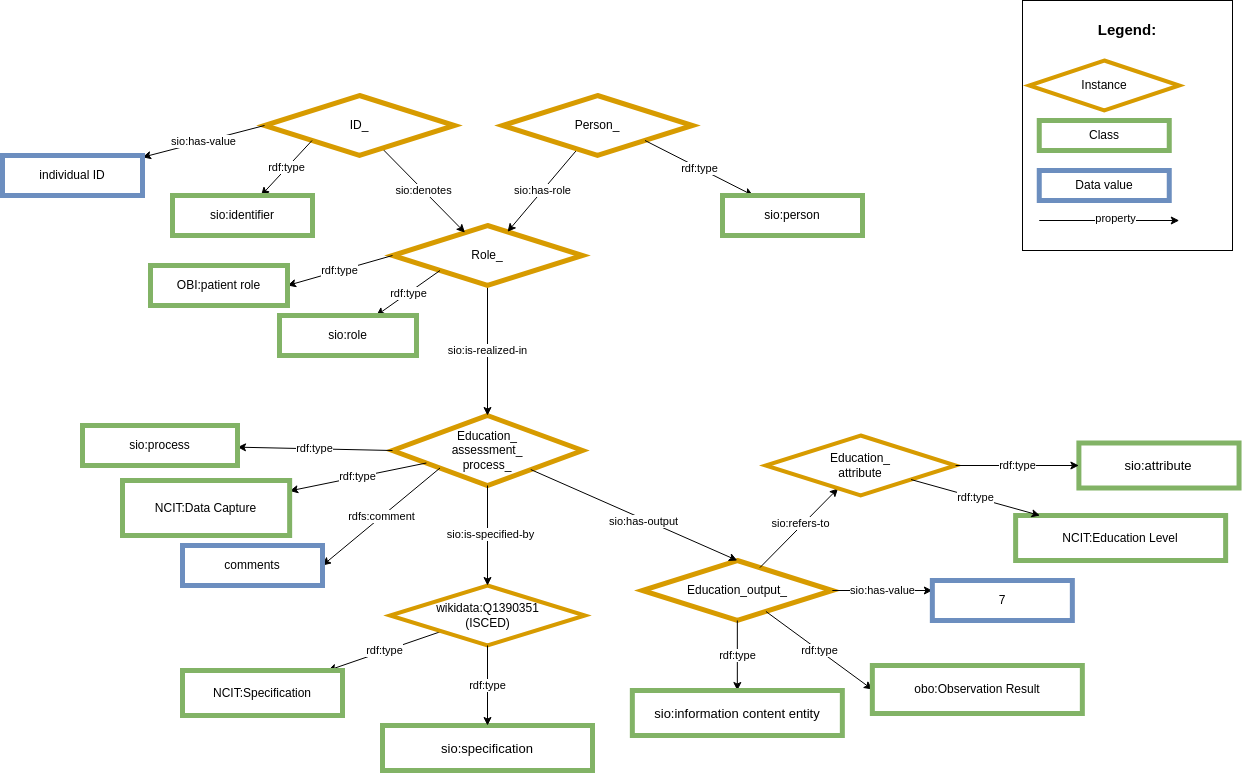
The draw.io diagram images/CARE-SM-Education.png in CARE-SM/CARE-Semantic-Model, before a commit. Source tidied: cells renumbered, new cells last; positions are measured from the earlier drawing's top-left corner, leaving out a move shared by most shapes.
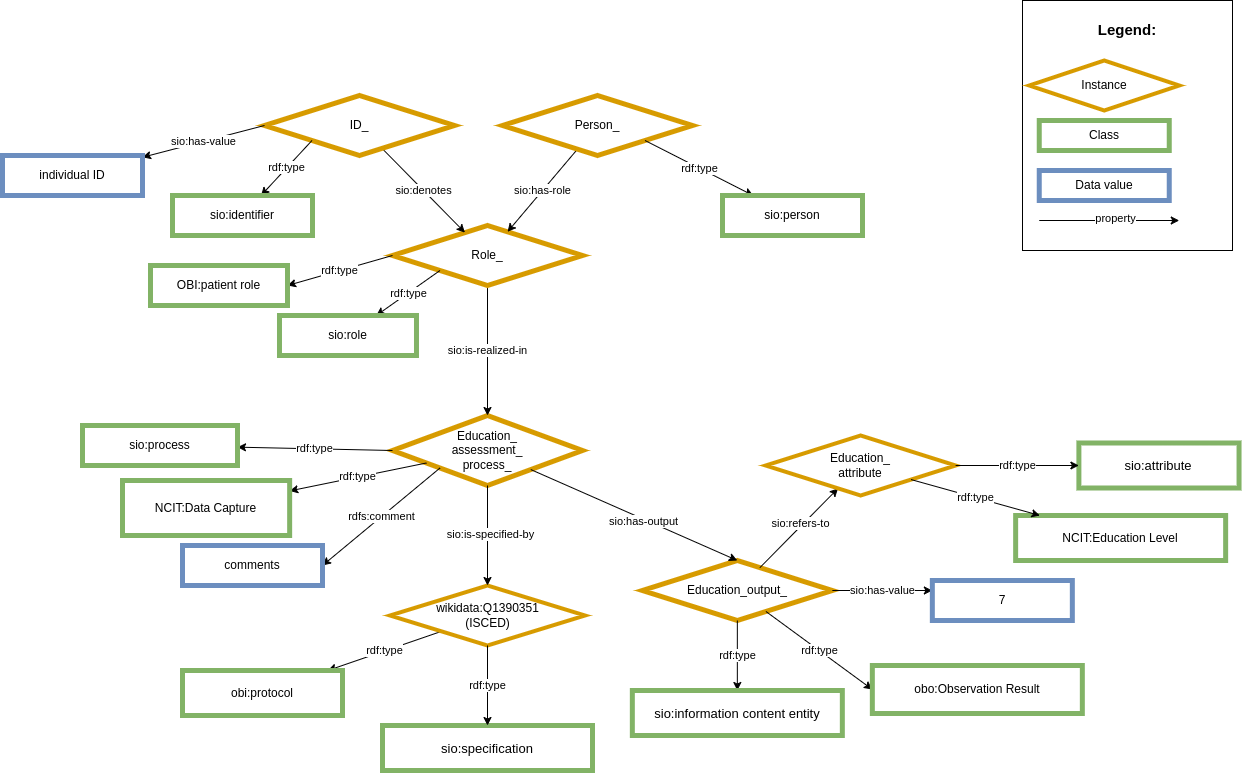
After the commit.

Commit message:
obi:protocol and surgery specification

What changed in the source:
```diff
@@ -121,7 +121,7 @@
     <mxCell id="39" value="rdf:type" style="edgeStyle=none;rounded=0;jettySize=auto;html=1;" parent="1" edge="1" source="41" target="40">
       <mxGeometry relative="1" as="geometry" />
     </mxCell>
-    <mxCell id="40" value="NCIT:Specification" style="whiteSpace=wrap;html=1;fillColor=#FFFFFF;strokeColor=#82b366;strokeWidth=5;" parent="1" vertex="1">
+    <mxCell id="40" value="obi:protocol" style="whiteSpace=wrap;html=1;fillColor=#FFFFFF;strokeColor=#82b366;strokeWidth=5;" parent="1" vertex="1">
       <mxGeometry x="180" y="670" width="160" height="45" as="geometry" />
     </mxCell>
     <mxCell id="41" value="wikidata:Q1390351&lt;br&gt;(ISCED)" style="rhombus;whiteSpace=wrap;html=1;fillColor=#FFFFFF;strokeColor=#D79B00;perimeter=rhombusPerimeter;arcSize=20;comic=0;enumerate=0;strokeWidth=4;rounded=0;" parent="1" vertex="1">
```
